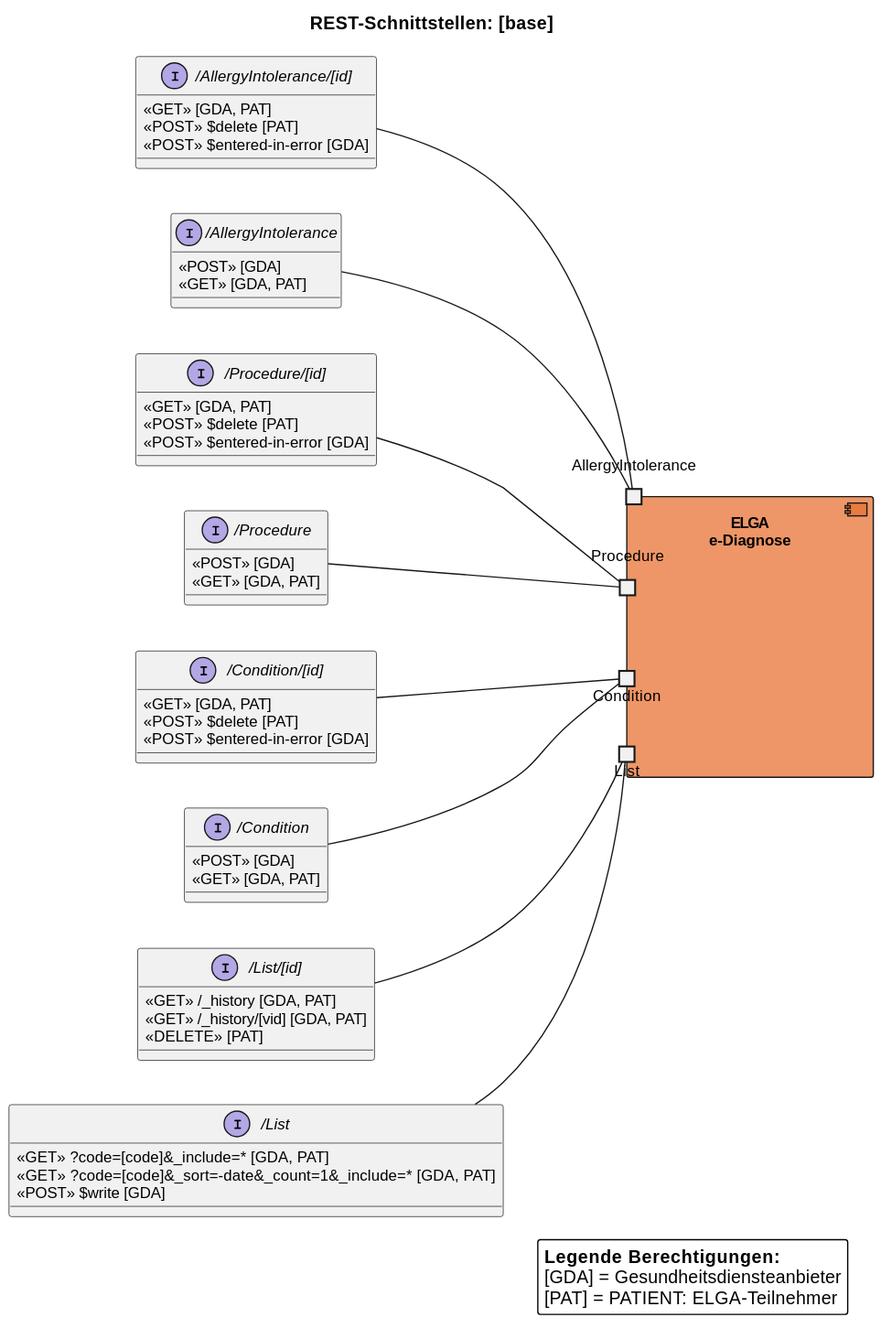
The PlantUML diagram input/images/plantuml/interaction_overview.svg in HL7Austria/ELGA-e-Diagnose-R4, before a commit.
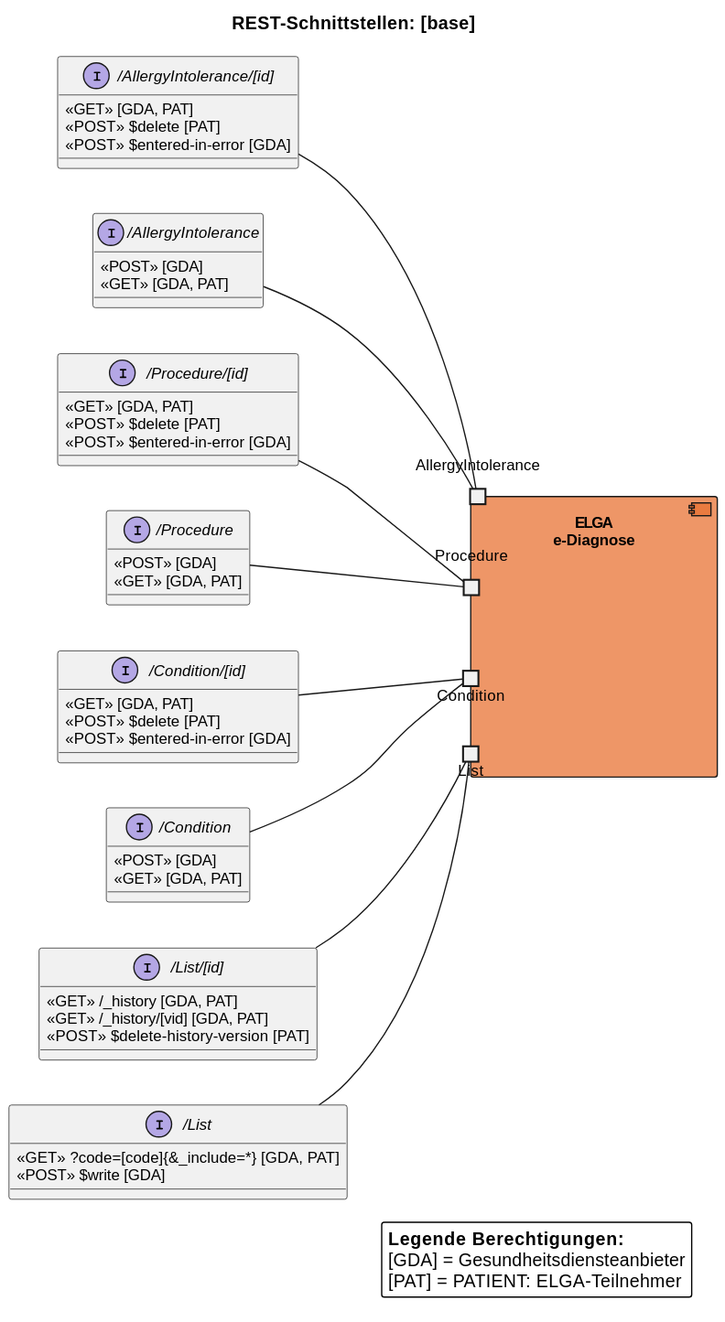
Above is the later version.

Commit message:
Update interaction overview

The edit, as a diff of the source:
```diff
@@ -30,15 +30,14 @@
 
 
 interface "/List" as List_type {
-  «GET» ?code=[code]&_include=* [GDA, PAT]
-  «GET» ?code=[code]&_sort=-date&_count=1&_include=* [GDA, PAT]
+  «GET» ?code=[code]{&_include=*} [GDA, PAT]
   «POST» $write [GDA]
 }
 
 interface "/List/[id]" as List_instance {
   «GET» /_history [GDA, PAT]
   «GET» /_history/[vid] [GDA, PAT]
-  «DELETE» [PAT]
+  «POST» $delete-history-version [PAT]
 }
 
 interface "/Condition/[id]" as ICondition_instance {
```
